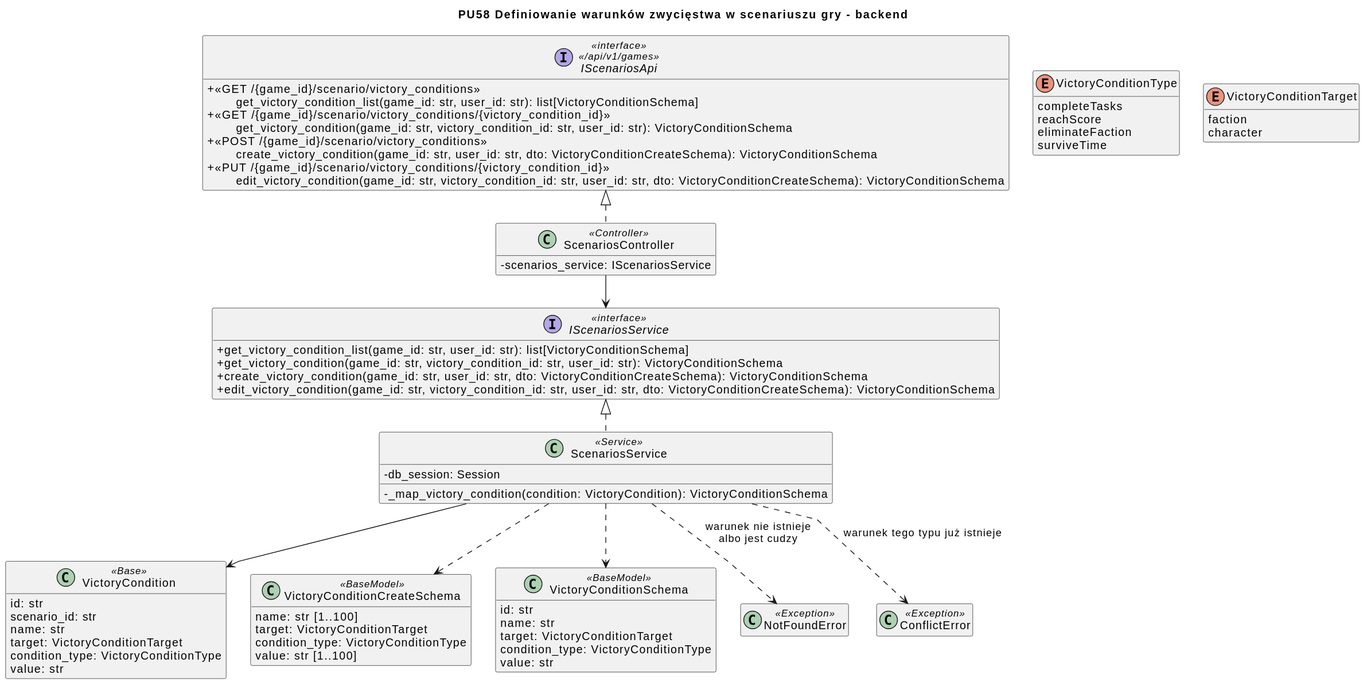
Igor-Ochocki/POP-2026Z keeps this PlantUML diagram as diagrams/backend/rendered/victory-condition-definition.svg. Above is the earlier version.
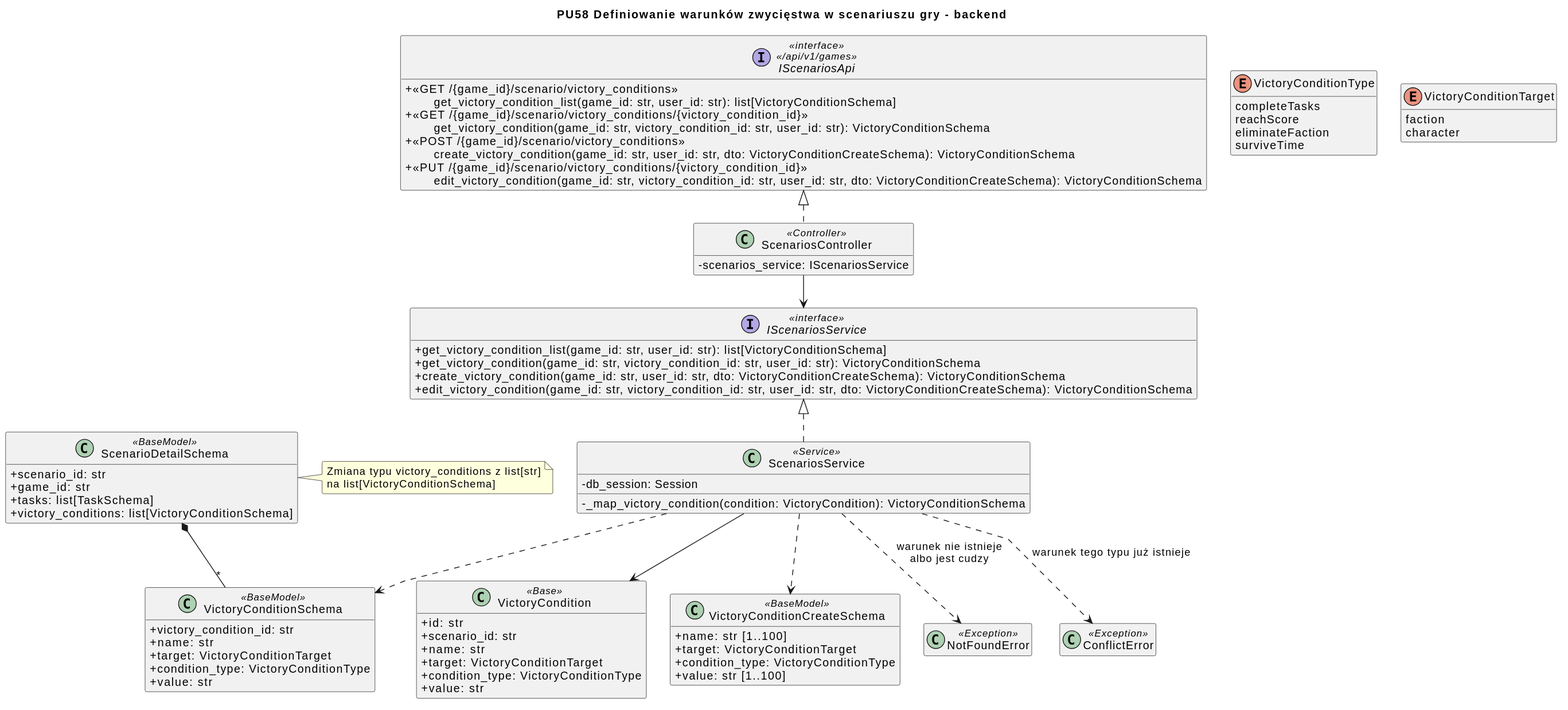
After the change.

Commit message:
fix/pu58: change schema id name and type in scenario schema

Diff of the diagram source:
```diff
@@ -34,27 +34,34 @@
 }
 
 class VictoryCondition <<Base>> {
-    id: str
-    scenario_id: str
-    name: str
-    target: VictoryConditionTarget
-    condition_type: VictoryConditionType
-    value: str
+    + id: str
+    + scenario_id: str
+    + name: str
+    + target: VictoryConditionTarget
+    + condition_type: VictoryConditionType
+    + value: str
 }
 
 class VictoryConditionCreateSchema <<BaseModel>> {
-    name: str [1..100]
-    target: VictoryConditionTarget
-    condition_type: VictoryConditionType
-    value: str [1..100]
+    + name: str [1..100]
+    + target: VictoryConditionTarget
+    + condition_type: VictoryConditionType
+    + value: str [1..100]
 }
 
 class VictoryConditionSchema <<BaseModel>> {
-    id: str
-    name: str
-    target: VictoryConditionTarget
-    condition_type: VictoryConditionType
-    value: str
+    + victory_condition_id: str
+    + name: str
+    + target: VictoryConditionTarget
+    + condition_type: VictoryConditionType
+    + value: str
+}
+
+class ScenarioDetailSchema <<BaseModel>> {
+    + scenario_id: str
+    + game_id: str
+    + tasks: list[TaskSchema]
+    + victory_conditions: list[VictoryConditionSchema]
 }
 
 enum VictoryConditionType {
@@ -69,6 +76,11 @@
     character
 }
 
+note right of ScenarioDetailSchema {
+    Zmiana typu victory_conditions z list[str]
+    na list[VictoryConditionSchema]
+}
+
 class NotFoundError <<Exception>>
 class ConflictError <<Exception>>
 
@@ -80,4 +92,6 @@
 ScenariosService ..> VictoryConditionSchema
 ScenariosService ..> NotFoundError : warunek nie istnieje\nalbo jest cudzy
 ScenariosService ..> ConflictError : warunek tego typu już istnieje
+
+ScenarioDetailSchema *-- "*" VictoryConditionSchema
 @enduml
```
